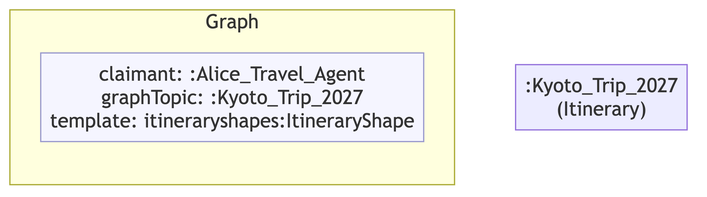
Earlier version of the Mermaid export example/graphs/images/graph-70.png (MeeFoundation/mia-ontologies). Its source is kept beside it as example/graphs/images/graph-70.mmd.
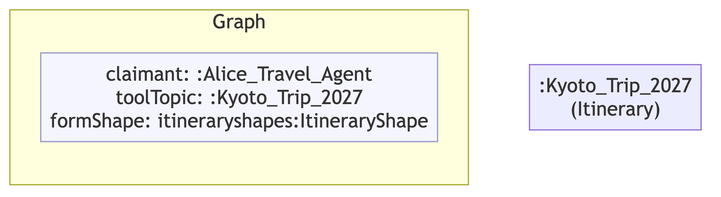
Later version of the same file.

Change to the diagram source:
```diff
@@ -7,7 +7,7 @@
 
     subgraph ctx["Graph"]
         direction LR
-        ctx_meta["claimant: :Alice_Travel_Agent\ngraphTopic: :Kyoto_Trip_2027\ntemplate: itineraryshapes:ItineraryShape"]:::meta
+        ctx_meta["claimant: :Alice_Travel_Agent\ntoolTopic: :Kyoto_Trip_2027\nformShape: itineraryshapes:ItineraryShape"]:::meta
     end
 
-    nd86bc17c484e[":Kyoto_Trip_2027\n(Itinerary)"]
+    n33b3ca3d2a86[":Kyoto_Trip_2027\n(Itinerary)"]
```
